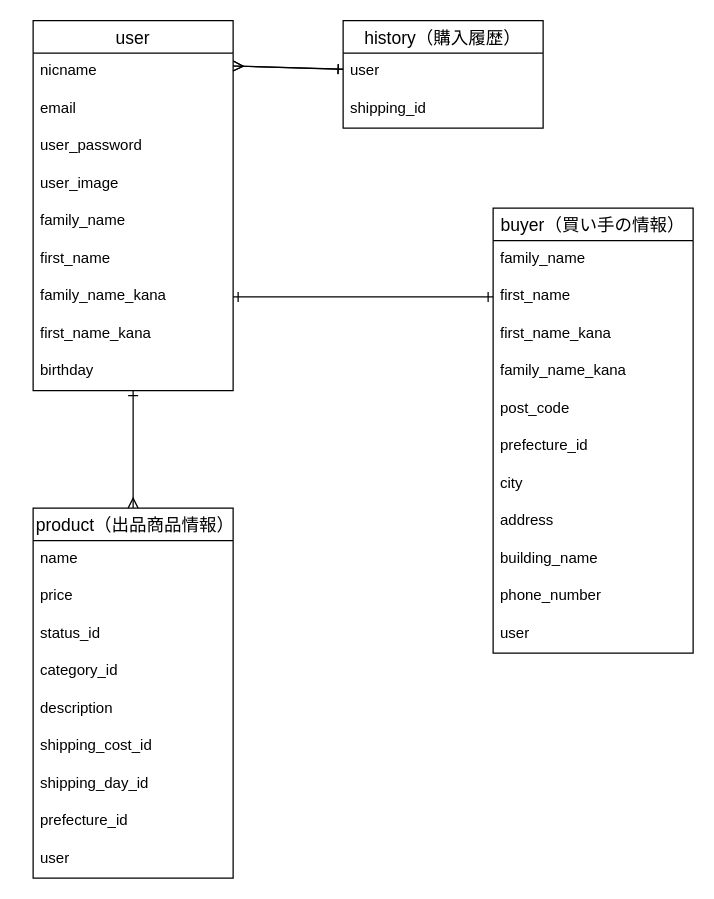
Before: er-zu-furima-41252.dio in yu-no-m1i/furima-41252, a draw.io diagram. Source tidied: cells renumbered, new cells numbered last; positions are measured from the earlier drawing's top-left corner, leaving out a move shared by most shapes. Both pictures are drawn from the tidied source at 125%, with x=0, y=0 at pixel (32, 20).
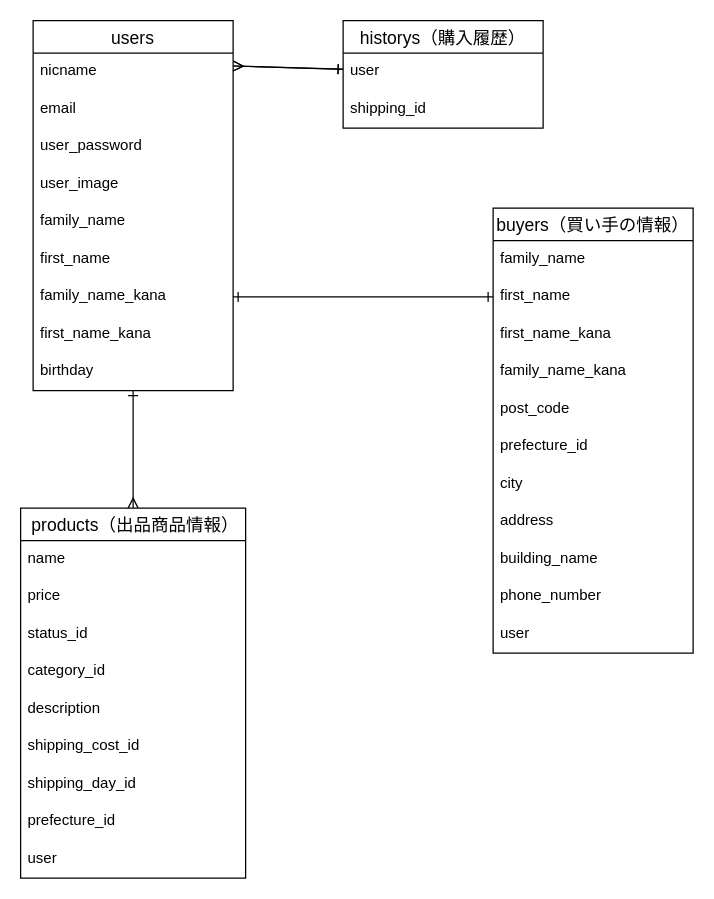
After the change.

The edit, as a diff of the source:
```diff
@@
-    <mxCell id="3" value="user" style="swimlane;fontStyle=0;horizontal=1;startSize=26;align=center;fontSize=14;" parent="1" vertex="1">
+    <mxCell id="3" value="users" style="swimlane;fontStyle=0;horizontal=1;startSize=26;align=center;fontSize=14;" parent="1" vertex="1">
       <mxGeometry width="160" height="296" as="geometry" />
     </mxCell>
@@
-    <mxCell id="13" value="buyer（買い手の情報）" style="swimlane;fontStyle=0;horizontal=1;startSize=26;align=center;fontSize=14;" parent="1" vertex="1">
+    <mxCell id="13" value="buyers（買い手の情報）" style="swimlane;fontStyle=0;horizontal=1;startSize=26;align=center;fontSize=14;" parent="1" vertex="1">
       <mxGeometry x="368" y="150" width="160" height="356" as="geometry" />
     </mxCell>
@@
-    <mxCell id="25" value=" product（出品商品情報）" style="swimlane;fontStyle=0;horizontal=1;startSize=26;align=center;fontSize=14;" parent="1" vertex="1">
-      <mxGeometry y="390" width="160" height="296" as="geometry" />
+    <mxCell id="25" value=" products（出品商品情報）" style="swimlane;fontStyle=0;horizontal=1;startSize=26;align=center;fontSize=14;" parent="1" vertex="1">
+      <mxGeometry x="-10" y="390" width="180" height="296" as="geometry" />
     </mxCell>
     <mxCell id="26" value="name  " style="text;strokeColor=none;fillColor=none;spacingLeft=4;spacingRight=4;overflow=hidden;fontSize=12;" parent="25" vertex="1">
-      <mxGeometry y="26" width="160" height="30" as="geometry" />
+      <mxGeometry y="26" width="180" height="30" as="geometry" />
     </mxCell>
     <mxCell id="27" value="price" style="text;strokeColor=none;fillColor=none;spacingLeft=4;spacingRight=4;overflow=hidden;fontSize=12;" parent="25" vertex="1">
-      <mxGeometry y="56" width="160" height="30" as="geometry" />
+      <mxGeometry y="56" width="180" height="30" as="geometry" />
     </mxCell>
     <mxCell id="28" value="status_id" style="text;spacingLeft=4;spacingRight=4;overflow=hidden;fontSize=12;" parent="25" vertex="1">
-      <mxGeometry y="86" width="160" height="30" as="geometry" />
+      <mxGeometry y="86" width="180" height="30" as="geometry" />
     </mxCell>
     <mxCell id="29" value="category_id" style="text;spacingLeft=4;spacingRight=4;overflow=hidden;fontSize=12;" parent="25" vertex="1">
-      <mxGeometry y="116" width="160" height="30" as="geometry" />
+      <mxGeometry y="116" width="180" height="30" as="geometry" />
     </mxCell>
     <mxCell id="30" value="description" style="text;strokeColor=none;fillColor=none;spacingLeft=4;spacingRight=4;overflow=hidden;fontSize=12;" parent="25" vertex="1">
-      <mxGeometry y="146" width="160" height="30" as="geometry" />
+      <mxGeometry y="146" width="180" height="30" as="geometry" />
     </mxCell>
     <mxCell id="31" value="shipping_cost_id" style="text;spacingLeft=4;spacingRight=4;overflow=hidden;fontSize=12;" parent="25" vertex="1">
-      <mxGeometry y="176" width="160" height="30" as="geometry" />
+      <mxGeometry y="176" width="180" height="30" as="geometry" />
     </mxCell>
     <mxCell id="32" value="shipping_day_id" style="text;spacingLeft=4;spacingRight=4;overflow=hidden;fontSize=12;" parent="25" vertex="1">
-      <mxGeometry y="206" width="160" height="30" as="geometry" />
+      <mxGeometry y="206" width="180" height="30" as="geometry" />
     </mxCell>
     <mxCell id="33" value="prefecture_id" style="text;spacingLeft=4;spacingRight=4;overflow=hidden;fontSize=12;" parent="25" vertex="1">
-      <mxGeometry y="236" width="160" height="30" as="geometry" />
+      <mxGeometry y="236" width="180" height="30" as="geometry" />
     </mxCell>
     <mxCell id="34" value="user" style="text;strokeColor=none;fillColor=none;spacingLeft=4;spacingRight=4;overflow=hidden;fontSize=12;" parent="25" vertex="1">
-      <mxGeometry y="266" width="160" height="30" as="geometry" />
+      <mxGeometry y="266" width="180" height="30" as="geometry" />
     </mxCell>
-    <mxCell id="35" value="history（購入履歴）" style="swimlane;fontStyle=0;horizontal=1;startSize=26;align=center;fontSize=14;" parent="1" vertex="1">
+    <mxCell id="35" value="historys（購入履歴）" style="swimlane;fontStyle=0;horizontal=1;startSize=26;align=center;fontSize=14;" parent="1" vertex="1">
       <mxGeometry x="248" width="160" height="86" as="geometry" />
     </mxCell>
```
